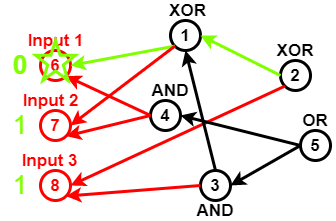
Above: Untitled Diagram.png in sara1024/-CCF201412-2-Z- (draw.io), before the change. Source tidied: cells renumbered, new cells last; positions are measured from the earlier drawing's top-left corner, leaving out a move shared by most shapes.
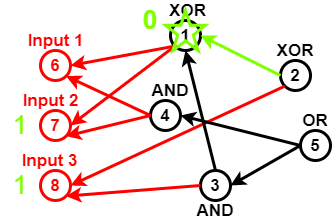
After the commit.

Change to the diagram source:
```diff
@@ -14,7 +14,7 @@
     <mxCell id="5" value="1" style="ellipse;whiteSpace=wrap;html=1;strokeWidth=3;fillColor=none;fontSize=17;fontColor=#000000;fontStyle=1;" parent="1" vertex="1">
       <mxGeometry x="170" y="20" width="30" height="30" as="geometry" />
     </mxCell>
-    <mxCell id="6" style="endArrow=classic;html=1;fontSize=17;fontColor=#000000;strokeWidth=3;entryX=1;entryY=0.5;entryDx=0;entryDy=0;exitX=0;exitY=1;exitDx=0;exitDy=0;strokeColor=#80FF00;" parent="1" edge="1" source="5" target="2">
+    <mxCell id="6" style="endArrow=classic;html=1;fontSize=17;fontColor=#000000;strokeWidth=3;entryX=1;entryY=0.5;entryDx=0;entryDy=0;exitX=0;exitY=1;exitDx=0;exitDy=0;strokeColor=#FF0000;" parent="1" edge="1" source="5" target="2">
       <mxGeometry relative="1" as="geometry" />
     </mxCell>
     <mxCell id="7" style="endArrow=classic;html=1;strokeColor=#FF0000;strokeWidth=3;fontSize=17;fontColor=#000000;entryX=1;entryY=0.5;entryDx=0;entryDy=0;exitX=0;exitY=1;exitDx=0;exitDy=0;" parent="1" edge="1" source="5" target="3">
@@ -81,10 +81,10 @@
       <mxGeometry x="17.5" y="150" width="62.5" height="20" as="geometry" />
     </mxCell>
     <mxCell id="28" style="verticalLabelPosition=bottom;verticalAlign=top;html=1;shape=mxgraph.basic.star;strokeColor=#80FF00;strokeWidth=3;fillColor=none;gradientColor=none;fontSize=17;fontColor=#FF0000;" parent="1" vertex="1">
-      <mxGeometry x="35" y="40" width="40" height="40" as="geometry" />
+      <mxGeometry x="165" y="10" width="40" height="40" as="geometry" />
     </mxCell>
     <mxCell id="29" value="0" style="text;html=1;strokeColor=none;fillColor=none;align=center;verticalAlign=middle;whiteSpace=wrap;rounded=0;fontSize=26;fontStyle=1;fontColor=#80FF00;" parent="1" vertex="1">
-      <mxGeometry y="55" width="40" height="20" as="geometry" />
+      <mxGeometry x="130" y="10" width="40" height="20" as="geometry" />
     </mxCell>
     <mxCell id="30" value="1" style="text;html=1;strokeColor=none;fillColor=none;align=center;verticalAlign=middle;whiteSpace=wrap;rounded=0;fontSize=26;fontColor=#80FF00;" parent="1" vertex="1">
       <mxGeometry y="115" width="40" height="20" as="geometry" />
```
